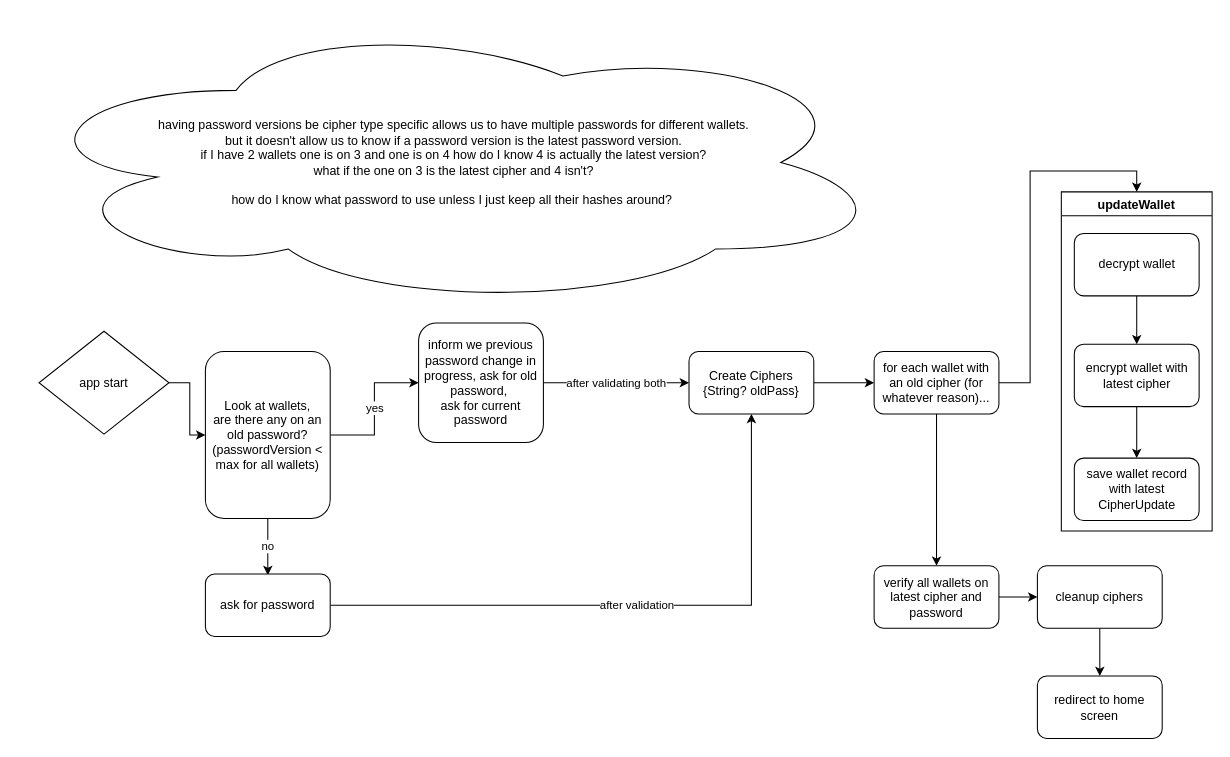
Before: raven_back/docs/diagrams/password login process.drawio in moontreeapp/moontree, a draw.io diagram. Source tidied: cells renumbered, new cells numbered last; positions are measured from the earlier drawing's top-left corner, leaving out a move shared by most shapes. Both pictures are drawn from the tidied source at 104%, with x=0, y=0 at pixel (18, 18).
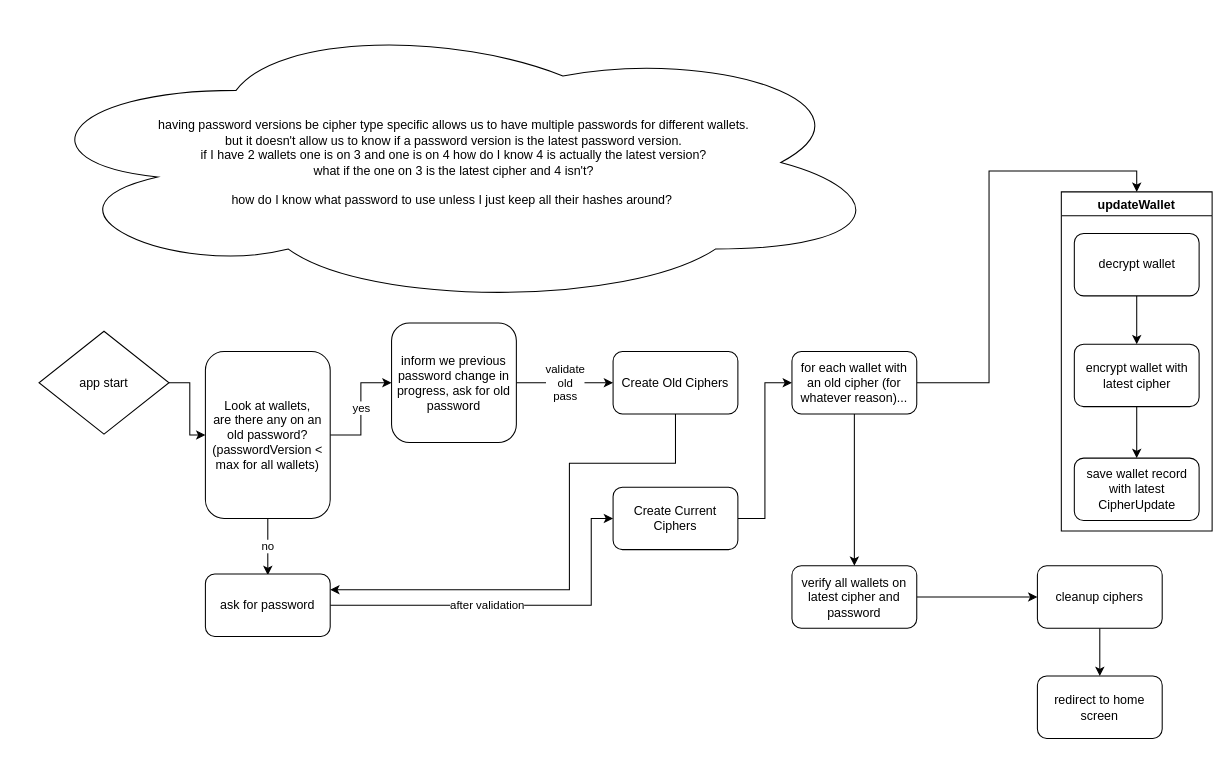
After the change.

Unchanged cells that the change refers to:
```xml
<mxCell id="12" value="ask for password" style="rounded=1;whiteSpace=wrap;html=1;" parent="1" vertex="1">
  <mxGeometry x="180" y="534.5" width="120" height="60" as="geometry" />
</mxCell>
```

Change to the diagram source:
```diff
@@
-    <mxCell id="7" value="after validating both" style="edgeStyle=orthogonalEdgeStyle;rounded=0;jettySize=auto;html=1;entryX=0;entryY=0.5;entryDx=0;entryDy=0;" parent="1" edge="1" source="8" target="10">
-      <mxGeometry relative="1" as="geometry" />
-    </mxCell>
+    <mxCell id="28" value="validate&lt;br&gt;old&lt;br&gt;pass&lt;br&gt;" style="edgeStyle=orthogonalEdgeStyle;rounded=0;jettySize=auto;html=1;entryX=0;entryY=0.5;entryDx=0;entryDy=0;" parent="1" edge="1" source="8" target="30">
+      <mxGeometry relative="1" as="geometry" />
+    </mxCell>
-    <mxCell id="8" value="inform we previous password change in progress, ask for old password,&amp;nbsp;&lt;br&gt;ask for current password&lt;br&gt;" style="rounded=1;whiteSpace=wrap;html=1;" parent="1" vertex="1">
-      <mxGeometry x="385" y="293" width="120" height="115" as="geometry" />
+    <mxCell id="8" value="inform we previous password change in progress, ask for old password" style="rounded=1;whiteSpace=wrap;html=1;" parent="1" vertex="1">
+      <mxGeometry x="359" y="293" width="120" height="115" as="geometry" />
     </mxCell>
@@
-    <mxCell id="10" value="Create Ciphers&lt;br&gt;{String? oldPass}" style="rounded=1;whiteSpace=wrap;html=1;" parent="1" vertex="1">
-      <mxGeometry x="645" y="320.5" width="120" height="60" as="geometry" />
+    <mxCell id="10" value="Create Current Ciphers" style="rounded=1;whiteSpace=wrap;html=1;" parent="1" vertex="1">
+      <mxGeometry x="572" y="451" width="120" height="60" as="geometry" />
     </mxCell>
     <mxCell id="11" value="after validation" style="edgeStyle=orthogonalEdgeStyle;rounded=0;jettySize=auto;html=1;" parent="1" edge="1" source="12" target="10">
-      <mxGeometry relative="1" as="geometry" />
+      <mxGeometry x="-0.15" relative="1" as="geometry">
+        <Array as="points">
+          <mxPoint x="551" y="565" />
+          <mxPoint x="551" y="481" />
+        </Array>
+      </mxGeometry>
     </mxCell>
@@
     <mxCell id="14" value="verify all wallets on latest cipher and password" style="rounded=1;whiteSpace=wrap;html=1;" parent="1" vertex="1">
-      <mxGeometry x="823" y="526.5" width="120" height="60" as="geometry" />
+      <mxGeometry x="744" y="526.5" width="120" height="60" as="geometry" />
     </mxCell>
@@
     <mxCell id="21" value="for each wallet with an old cipher (for whatever reason)..." style="rounded=1;whiteSpace=wrap;html=1;" parent="1" vertex="1">
-      <mxGeometry x="823" y="320.5" width="120" height="60" as="geometry" />
+      <mxGeometry x="744" y="320.5" width="120" height="60" as="geometry" />
     </mxCell>
@@
+    <mxCell id="29" style="edgeStyle=orthogonalEdgeStyle;rounded=0;jettySize=auto;html=1;entryX=1;entryY=0.25;entryDx=0;entryDy=0;exitX=0.5;exitY=1;exitDx=0;exitDy=0;" parent="1" edge="1" source="30" target="12">
+      <mxGeometry relative="1" as="geometry">
+        <Array as="points">
+          <mxPoint x="632" y="428" />
+          <mxPoint x="530" y="428" />
+          <mxPoint x="530" y="550" />
+        </Array>
+      </mxGeometry>
+    </mxCell>
+    <mxCell id="30" value="Create Old Ciphers" style="rounded=1;whiteSpace=wrap;html=1;" parent="1" vertex="1">
+      <mxGeometry x="572" y="320.5" width="120" height="60" as="geometry" />
+    </mxCell>
```
